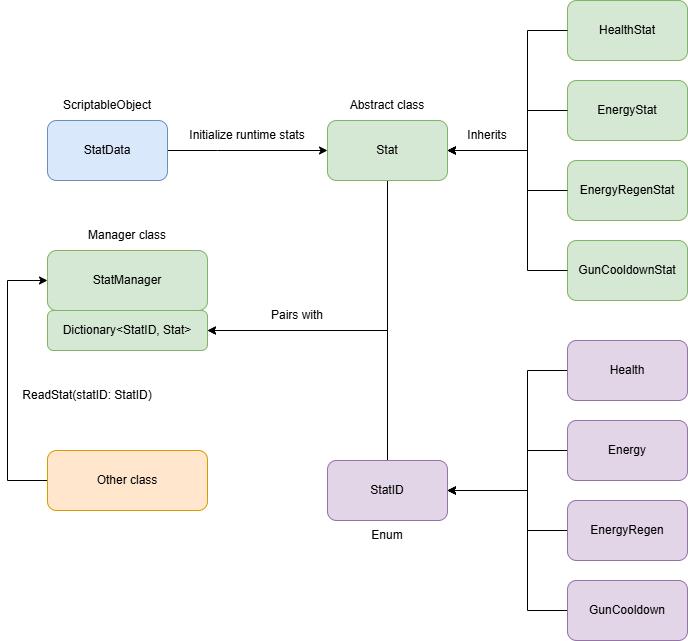
YongKang03/tower-defense-template keeps this draw.io diagram as Media/TowerDefenseTemplate_Stat_Architecture.png. Above is the earlier version. Source tidied: cells renumbered, new cells last; positions are measured from the earlier drawing's top-left corner, leaving out a move shared by most shapes. Its diagram source:
```xml
<mxGraphModel>
  <root>
    <mxCell id="0" />
    <mxCell id="1" parent="0" />
    <mxCell id="2" style="edgeStyle=orthogonalEdgeStyle;rounded=0;jettySize=auto;html=1;" parent="1" edge="1" source="3" target="25">
      <mxGeometry relative="1" as="geometry">
        <Array as="points">
          <mxPoint x="380" y="330" />
        </Array>
      </mxGeometry>
    </mxCell>
    <mxCell id="3" value="Stat" style="rounded=1;whiteSpace=wrap;html=1;fillColor=#d5e8d4;strokeColor=#82b366;" parent="1" vertex="1">
      <mxGeometry x="320" y="120" width="120" height="60" as="geometry" />
    </mxCell>
    <mxCell id="4" value="HealthStat" style="rounded=1;whiteSpace=wrap;html=1;fillColor=#d5e8d4;strokeColor=#82b366;" parent="1" vertex="1">
      <mxGeometry x="560" width="120" height="60" as="geometry" />
    </mxCell>
    <mxCell id="5" value="EnergyStat" style="rounded=1;whiteSpace=wrap;html=1;fillColor=#d5e8d4;strokeColor=#82b366;" parent="1" vertex="1">
      <mxGeometry x="560" y="80" width="120" height="60" as="geometry" />
    </mxCell>
    <mxCell id="6" value="EnergyRegenStat" style="rounded=1;whiteSpace=wrap;html=1;fillColor=#d5e8d4;strokeColor=#82b366;" parent="1" vertex="1">
      <mxGeometry x="560" y="160" width="120" height="60" as="geometry" />
    </mxCell>
    <mxCell id="7" value="GunCooldownStat" style="rounded=1;whiteSpace=wrap;html=1;fillColor=#d5e8d4;strokeColor=#82b366;" parent="1" vertex="1">
      <mxGeometry x="560" y="240" width="120" height="60" as="geometry" />
    </mxCell>
    <mxCell id="8" style="edgeStyle=orthogonalEdgeStyle;rounded=0;jettySize=auto;html=1;" parent="1" edge="1" source="9" target="25">
      <mxGeometry relative="1" as="geometry">
        <Array as="points">
          <mxPoint x="380" y="330" />
        </Array>
      </mxGeometry>
    </mxCell>
    <mxCell id="9" value="StatID" style="rounded=1;whiteSpace=wrap;html=1;fillColor=#e1d5e7;strokeColor=#9673a6;" parent="1" vertex="1">
      <mxGeometry x="320" y="460" width="120" height="60" as="geometry" />
    </mxCell>
    <mxCell id="10" value="StatManager" style="rounded=1;whiteSpace=wrap;html=1;fillColor=#d5e8d4;strokeColor=#82b366;" parent="1" vertex="1">
      <mxGeometry x="40" y="250" width="160" height="60" as="geometry" />
    </mxCell>
    <mxCell id="11" style="edgeStyle=orthogonalEdgeStyle;rounded=0;jettySize=auto;html=1;" parent="1" edge="1" source="12" target="3">
      <mxGeometry relative="1" as="geometry">
        <Array as="points">
          <mxPoint x="210" y="150" />
          <mxPoint x="210" y="150" />
        </Array>
      </mxGeometry>
    </mxCell>
    <mxCell id="12" value="StatData" style="rounded=1;whiteSpace=wrap;html=1;fillColor=#dae8fc;strokeColor=#6c8ebf;" parent="1" vertex="1">
      <mxGeometry x="40" y="120" width="120" height="60" as="geometry" />
    </mxCell>
    <mxCell id="13" style="edgeStyle=orthogonalEdgeStyle;rounded=0;jettySize=auto;html=1;" parent="1" edge="1" source="14" target="9">
      <mxGeometry relative="1" as="geometry">
        <Array as="points">
          <mxPoint x="520" y="370" />
          <mxPoint x="520" y="490" />
        </Array>
      </mxGeometry>
    </mxCell>
    <mxCell id="14" value="Health" style="rounded=1;whiteSpace=wrap;html=1;fillColor=#e1d5e7;strokeColor=#9673a6;" parent="1" vertex="1">
      <mxGeometry x="560" y="340" width="120" height="60" as="geometry" />
    </mxCell>
    <mxCell id="15" style="edgeStyle=orthogonalEdgeStyle;rounded=0;jettySize=auto;html=1;" parent="1" edge="1" source="16" target="9">
      <mxGeometry relative="1" as="geometry">
        <Array as="points">
          <mxPoint x="520" y="450" />
          <mxPoint x="520" y="490" />
        </Array>
      </mxGeometry>
    </mxCell>
    <mxCell id="16" value="Energy" style="rounded=1;whiteSpace=wrap;html=1;fillColor=#e1d5e7;strokeColor=#9673a6;" parent="1" vertex="1">
      <mxGeometry x="560" y="420" width="120" height="60" as="geometry" />
    </mxCell>
    <mxCell id="17" style="edgeStyle=orthogonalEdgeStyle;rounded=0;jettySize=auto;html=1;" parent="1" edge="1" source="18" target="9">
      <mxGeometry relative="1" as="geometry">
        <Array as="points">
          <mxPoint x="520" y="530" />
          <mxPoint x="520" y="490" />
        </Array>
      </mxGeometry>
    </mxCell>
    <mxCell id="18" value="EnergyRegen" style="rounded=1;whiteSpace=wrap;html=1;fillColor=#e1d5e7;strokeColor=#9673a6;" parent="1" vertex="1">
      <mxGeometry x="560" y="500" width="120" height="60" as="geometry" />
    </mxCell>
    <mxCell id="19" style="edgeStyle=orthogonalEdgeStyle;rounded=0;jettySize=auto;html=1;" parent="1" edge="1" source="20" target="9">
      <mxGeometry relative="1" as="geometry">
        <Array as="points">
          <mxPoint x="520" y="610" />
          <mxPoint x="520" y="490" />
        </Array>
      </mxGeometry>
    </mxCell>
    <mxCell id="20" value="GunCooldown" style="rounded=1;whiteSpace=wrap;html=1;fillColor=#e1d5e7;strokeColor=#9673a6;" parent="1" vertex="1">
      <mxGeometry x="560" y="580" width="120" height="60" as="geometry" />
    </mxCell>
    <mxCell id="21" style="edgeStyle=orthogonalEdgeStyle;rounded=0;jettySize=auto;html=1;" parent="1" edge="1" source="7" target="3">
      <mxGeometry relative="1" as="geometry">
        <Array as="points">
          <mxPoint x="520" y="270" />
          <mxPoint x="520" y="150" />
        </Array>
      </mxGeometry>
    </mxCell>
    <mxCell id="22" style="edgeStyle=orthogonalEdgeStyle;rounded=0;jettySize=auto;html=1;" parent="1" edge="1" source="6" target="3">
      <mxGeometry relative="1" as="geometry">
        <Array as="points">
          <mxPoint x="520" y="190" />
          <mxPoint x="520" y="150" />
        </Array>
      </mxGeometry>
    </mxCell>
    <mxCell id="23" style="edgeStyle=orthogonalEdgeStyle;rounded=0;jettySize=auto;html=1;" parent="1" edge="1" source="5" target="3">
      <mxGeometry relative="1" as="geometry">
        <Array as="points">
          <mxPoint x="520" y="110" />
          <mxPoint x="520" y="150" />
        </Array>
      </mxGeometry>
    </mxCell>
    <mxCell id="24" style="edgeStyle=orthogonalEdgeStyle;rounded=0;jettySize=auto;html=1;" parent="1" edge="1" source="4" target="3">
      <mxGeometry relative="1" as="geometry">
        <Array as="points">
          <mxPoint x="520" y="30" />
          <mxPoint x="520" y="150" />
        </Array>
      </mxGeometry>
    </mxCell>
    <mxCell id="25" value="Dictionary&amp;lt;StatID, Stat&amp;gt;" style="rounded=1;whiteSpace=wrap;html=1;fillColor=#d5e8d4;strokeColor=#82b366;" parent="1" vertex="1">
      <mxGeometry x="40" y="310" width="160" height="40" as="geometry" />
    </mxCell>
    <mxCell id="26" value="Inherits" style="text;html=1;whiteSpace=wrap;strokeColor=none;fillColor=none;align=center;verticalAlign=middle;rounded=0;" parent="1" vertex="1">
      <mxGeometry x="450" y="120" width="60" height="30" as="geometry" />
    </mxCell>
    <mxCell id="27" value="Manager class" style="text;html=1;whiteSpace=wrap;strokeColor=none;fillColor=none;align=center;verticalAlign=middle;rounded=0;" parent="1" vertex="1">
      <mxGeometry x="60" y="220" width="120" height="30" as="geometry" />
    </mxCell>
    <mxCell id="28" value="Enum" style="text;html=1;whiteSpace=wrap;strokeColor=none;fillColor=none;align=center;verticalAlign=middle;rounded=0;" parent="1" vertex="1">
      <mxGeometry x="350" y="520" width="60" height="30" as="geometry" />
    </mxCell>
    <mxCell id="29" value="ScriptableObject" style="text;html=1;whiteSpace=wrap;strokeColor=none;fillColor=none;align=center;verticalAlign=middle;rounded=0;" parent="1" vertex="1">
      <mxGeometry x="40" y="90" width="120" height="30" as="geometry" />
    </mxCell>
    <mxCell id="30" value="Abstract class" style="text;html=1;whiteSpace=wrap;strokeColor=none;fillColor=none;align=center;verticalAlign=middle;rounded=0;" parent="1" vertex="1">
      <mxGeometry x="330" y="90" width="100" height="30" as="geometry" />
    </mxCell>
    <mxCell id="31" value="Initialize runtime stats" style="text;html=1;whiteSpace=wrap;strokeColor=none;fillColor=none;align=center;verticalAlign=middle;rounded=0;" parent="1" vertex="1">
      <mxGeometry x="170" y="120" width="140" height="30" as="geometry" />
    </mxCell>
    <mxCell id="32" style="edgeStyle=orthogonalEdgeStyle;rounded=0;jettySize=auto;html=1;" parent="1" edge="1" source="33" target="10">
      <mxGeometry relative="1" as="geometry">
        <Array as="points">
          <mxPoint y="480" />
          <mxPoint y="280" />
        </Array>
      </mxGeometry>
    </mxCell>
    <mxCell id="33" value="Other class" style="rounded=1;whiteSpace=wrap;html=1;fillColor=#ffe6cc;strokeColor=#d79b00;" parent="1" vertex="1">
      <mxGeometry x="40" y="450" width="160" height="60" as="geometry" />
    </mxCell>
    <mxCell id="34" value="Pairs with" style="text;html=1;whiteSpace=wrap;strokeColor=none;fillColor=none;align=center;verticalAlign=middle;rounded=0;" parent="1" vertex="1">
      <mxGeometry x="260" y="300" width="60" height="30" as="geometry" />
    </mxCell>
    <mxCell id="35" value="ReadStat(statID: StatID)" style="text;html=1;whiteSpace=wrap;strokeColor=none;fillColor=none;align=center;verticalAlign=middle;rounded=0;" parent="1" vertex="1">
      <mxGeometry y="380" width="160" height="30" as="geometry" />
    </mxCell>
  </root>
</mxGraphModel>
```
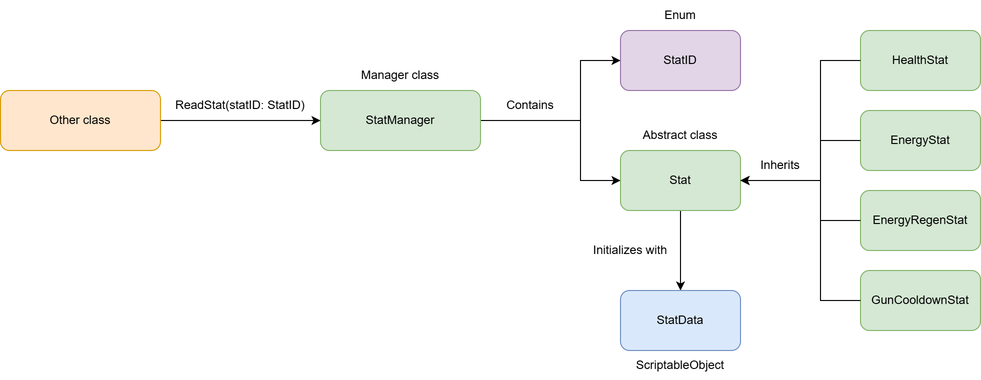
After the commit.

What changed in the source:
```diff
@@ -2,165 +2,114 @@
   <root>
     <mxCell id="0" />
     <mxCell id="1" parent="0" />
-    <mxCell id="2" style="edgeStyle=orthogonalEdgeStyle;rounded=0;jettySize=auto;html=1;" parent="1" edge="1" source="3" target="25">
-      <mxGeometry relative="1" as="geometry">
-        <Array as="points">
-          <mxPoint x="380" y="330" />
-        </Array>
-      </mxGeometry>
-    </mxCell>
+    <mxCell id="36" style="edgeStyle=orthogonalEdgeStyle;rounded=0;jettySize=auto;html=1;" parent="1" edge="1" source="3" target="12">
+      <mxGeometry relative="1" as="geometry" />
+    </mxCell>
     <mxCell id="3" value="Stat" style="rounded=1;whiteSpace=wrap;html=1;fillColor=#d5e8d4;strokeColor=#82b366;" parent="1" vertex="1">
-      <mxGeometry x="320" y="120" width="120" height="60" as="geometry" />
+      <mxGeometry x="800" y="490" width="120" height="60" as="geometry" />
     </mxCell>
     <mxCell id="4" value="HealthStat" style="rounded=1;whiteSpace=wrap;html=1;fillColor=#d5e8d4;strokeColor=#82b366;" parent="1" vertex="1">
-      <mxGeometry x="560" width="120" height="60" as="geometry" />
+      <mxGeometry x="1040" y="370" width="120" height="60" as="geometry" />
     </mxCell>
     <mxCell id="5" value="EnergyStat" style="rounded=1;whiteSpace=wrap;html=1;fillColor=#d5e8d4;strokeColor=#82b366;" parent="1" vertex="1">
-      <mxGeometry x="560" y="80" width="120" height="60" as="geometry" />
+      <mxGeometry x="1040" y="450" width="120" height="60" as="geometry" />
     </mxCell>
     <mxCell id="6" value="EnergyRegenStat" style="rounded=1;whiteSpace=wrap;html=1;fillColor=#d5e8d4;strokeColor=#82b366;" parent="1" vertex="1">
-      <mxGeometry x="560" y="160" width="120" height="60" as="geometry" />
+      <mxGeometry x="1040" y="530" width="120" height="60" as="geometry" />
     </mxCell>
     <mxCell id="7" value="GunCooldownStat" style="rounded=1;whiteSpace=wrap;html=1;fillColor=#d5e8d4;strokeColor=#82b366;" parent="1" vertex="1">
-      <mxGeometry x="560" y="240" width="120" height="60" as="geometry" />
+      <mxGeometry x="1040" y="610" width="120" height="60" as="geometry" />
     </mxCell>
-    <mxCell id="8" style="edgeStyle=orthogonalEdgeStyle;rounded=0;jettySize=auto;html=1;" parent="1" edge="1" source="9" target="25">
-      <mxGeometry relative="1" as="geometry">
-        <Array as="points">
-          <mxPoint x="380" y="330" />
-        </Array>
-      </mxGeometry>
-    </mxCell>
     <mxCell id="9" value="StatID" style="rounded=1;whiteSpace=wrap;html=1;fillColor=#e1d5e7;strokeColor=#9673a6;" parent="1" vertex="1">
-      <mxGeometry x="320" y="460" width="120" height="60" as="geometry" />
+      <mxGeometry x="800" y="370" width="120" height="60" as="geometry" />
     </mxCell>
+    <mxCell id="37" style="edgeStyle=orthogonalEdgeStyle;rounded=0;jettySize=auto;html=1;" parent="1" edge="1" source="10" target="9">
+      <mxGeometry relative="1" as="geometry">
+        <Array as="points">
+          <mxPoint x="760" y="460" />
+          <mxPoint x="760" y="400" />
+        </Array>
+      </mxGeometry>
+    </mxCell>
+    <mxCell id="38" style="edgeStyle=orthogonalEdgeStyle;rounded=0;jettySize=auto;html=1;" parent="1" edge="1" source="10" target="3">
+      <mxGeometry relative="1" as="geometry">
+        <Array as="points">
+          <mxPoint x="760" y="460" />
+          <mxPoint x="760" y="520" />
+        </Array>
+      </mxGeometry>
+    </mxCell>
     <mxCell id="10" value="StatManager" style="rounded=1;whiteSpace=wrap;html=1;fillColor=#d5e8d4;strokeColor=#82b366;" parent="1" vertex="1">
-      <mxGeometry x="40" y="250" width="160" height="60" as="geometry" />
+      <mxGeometry x="500" y="430" width="160" height="60" as="geometry" />
     </mxCell>
-    <mxCell id="11" style="edgeStyle=orthogonalEdgeStyle;rounded=0;jettySize=auto;html=1;" parent="1" edge="1" source="12" target="3">
-      <mxGeometry relative="1" as="geometry">
-        <Array as="points">
-          <mxPoint x="210" y="150" />
-          <mxPoint x="210" y="150" />
-        </Array>
-      </mxGeometry>
-    </mxCell>
     <mxCell id="12" value="StatData" style="rounded=1;whiteSpace=wrap;html=1;fillColor=#dae8fc;strokeColor=#6c8ebf;" parent="1" vertex="1">
-      <mxGeometry x="40" y="120" width="120" height="60" as="geometry" />
+      <mxGeometry x="800" y="630" width="120" height="60" as="geometry" />
     </mxCell>
-    <mxCell id="13" style="edgeStyle=orthogonalEdgeStyle;rounded=0;jettySize=auto;html=1;" parent="1" edge="1" source="14" target="9">
-      <mxGeometry relative="1" as="geometry">
-        <Array as="points">
-          <mxPoint x="520" y="370" />
-          <mxPoint x="520" y="490" />
-        </Array>
-      </mxGeometry>
-    </mxCell>
-    <mxCell id="14" value="Health" style="rounded=1;whiteSpace=wrap;html=1;fillColor=#e1d5e7;strokeColor=#9673a6;" parent="1" vertex="1">
-      <mxGeometry x="560" y="340" width="120" height="60" as="geometry" />
-    </mxCell>
-    <mxCell id="15" style="edgeStyle=orthogonalEdgeStyle;rounded=0;jettySize=auto;html=1;" parent="1" edge="1" source="16" target="9">
-      <mxGeometry relative="1" as="geometry">
-        <Array as="points">
-          <mxPoint x="520" y="450" />
-          <mxPoint x="520" y="490" />
-        </Array>
-      </mxGeometry>
-    </mxCell>
-    <mxCell id="16" value="Energy" style="rounded=1;whiteSpace=wrap;html=1;fillColor=#e1d5e7;strokeColor=#9673a6;" parent="1" vertex="1">
-      <mxGeometry x="560" y="420" width="120" height="60" as="geometry" />
-    </mxCell>
-    <mxCell id="17" style="edgeStyle=orthogonalEdgeStyle;rounded=0;jettySize=auto;html=1;" parent="1" edge="1" source="18" target="9">
-      <mxGeometry relative="1" as="geometry">
-        <Array as="points">
-          <mxPoint x="520" y="530" />
-          <mxPoint x="520" y="490" />
-        </Array>
-      </mxGeometry>
-    </mxCell>
-    <mxCell id="18" value="EnergyRegen" style="rounded=1;whiteSpace=wrap;html=1;fillColor=#e1d5e7;strokeColor=#9673a6;" parent="1" vertex="1">
-      <mxGeometry x="560" y="500" width="120" height="60" as="geometry" />
-    </mxCell>
-    <mxCell id="19" style="edgeStyle=orthogonalEdgeStyle;rounded=0;jettySize=auto;html=1;" parent="1" edge="1" source="20" target="9">
-      <mxGeometry relative="1" as="geometry">
-        <Array as="points">
-          <mxPoint x="520" y="610" />
-          <mxPoint x="520" y="490" />
-        </Array>
-      </mxGeometry>
-    </mxCell>
-    <mxCell id="20" value="GunCooldown" style="rounded=1;whiteSpace=wrap;html=1;fillColor=#e1d5e7;strokeColor=#9673a6;" parent="1" vertex="1">
-      <mxGeometry x="560" y="580" width="120" height="60" as="geometry" />
-    </mxCell>
     <mxCell id="21" style="edgeStyle=orthogonalEdgeStyle;rounded=0;jettySize=auto;html=1;" parent="1" edge="1" source="7" target="3">
       <mxGeometry relative="1" as="geometry">
         <Array as="points">
-          <mxPoint x="520" y="270" />
-          <mxPoint x="520" y="150" />
+          <mxPoint x="1000" y="640" />
+          <mxPoint x="1000" y="520" />
         </Array>
       </mxGeometry>
     </mxCell>
     <mxCell id="22" style="edgeStyle=orthogonalEdgeStyle;rounded=0;jettySize=auto;html=1;" parent="1" edge="1" source="6" target="3">
       <mxGeometry relative="1" as="geometry">
         <Array as="points">
-          <mxPoint x="520" y="190" />
-          <mxPoint x="520" y="150" />
+          <mxPoint x="1000" y="560" />
+          <mxPoint x="1000" y="520" />
         </Array>
       </mxGeometry>
     </mxCell>
     <mxCell id="23" style="edgeStyle=orthogonalEdgeStyle;rounded=0;jettySize=auto;html=1;" parent="1" edge="1" source="5" target="3">
       <mxGeometry relative="1" as="geometry">
         <Array as="points">
-          <mxPoint x="520" y="110" />
-          <mxPoint x="520" y="150" />
+          <mxPoint x="1000" y="480" />
+          <mxPoint x="1000" y="520" />
         </Array>
       </mxGeometry>
     </mxCell>
     <mxCell id="24" style="edgeStyle=orthogonalEdgeStyle;rounded=0;jettySize=auto;html=1;" parent="1" edge="1" source="4" target="3">
       <mxGeometry relative="1" as="geometry">
         <Array as="points">
-          <mxPoint x="520" y="30" />
-          <mxPoint x="520" y="150" />
+          <mxPoint x="1000" y="400" />
+          <mxPoint x="1000" y="520" />
         </Array>
       </mxGeometry>
     </mxCell>
-    <mxCell id="25" value="Dictionary&amp;lt;StatID, Stat&amp;gt;" style="rounded=1;whiteSpace=wrap;html=1;fillColor=#d5e8d4;strokeColor=#82b366;" parent="1" vertex="1">
-      <mxGeometry x="40" y="310" width="160" height="40" as="geometry" />
-    </mxCell>
     <mxCell id="26" value="Inherits" style="text;html=1;whiteSpace=wrap;strokeColor=none;fillColor=none;align=center;verticalAlign=middle;rounded=0;" parent="1" vertex="1">
-      <mxGeometry x="450" y="120" width="60" height="30" as="geometry" />
+      <mxGeometry x="930" y="490" width="60" height="30" as="geometry" />
     </mxCell>
     <mxCell id="27" value="Manager class" style="text;html=1;whiteSpace=wrap;strokeColor=none;fillColor=none;align=center;verticalAlign=middle;rounded=0;" parent="1" vertex="1">
-      <mxGeometry x="60" y="220" width="120" height="30" as="geometry" />
+      <mxGeometry x="520" y="400" width="120" height="30" as="geometry" />
     </mxCell>
     <mxCell id="28" value="Enum" style="text;html=1;whiteSpace=wrap;strokeColor=none;fillColor=none;align=center;verticalAlign=middle;rounded=0;" parent="1" vertex="1">
-      <mxGeometry x="350" y="520" width="60" height="30" as="geometry" />
+      <mxGeometry x="830" y="340" width="60" height="30" as="geometry" />
     </mxCell>
     <mxCell id="29" value="ScriptableObject" style="text;html=1;whiteSpace=wrap;strokeColor=none;fillColor=none;align=center;verticalAlign=middle;rounded=0;" parent="1" vertex="1">
-      <mxGeometry x="40" y="90" width="120" height="30" as="geometry" />
+      <mxGeometry x="800" y="690" width="120" height="30" as="geometry" />
     </mxCell>
     <mxCell id="30" value="Abstract class" style="text;html=1;whiteSpace=wrap;strokeColor=none;fillColor=none;align=center;verticalAlign=middle;rounded=0;" parent="1" vertex="1">
-      <mxGeometry x="330" y="90" width="100" height="30" as="geometry" />
+      <mxGeometry x="810" y="460" width="100" height="30" as="geometry" />
     </mxCell>
-    <mxCell id="31" value="Initialize runtime stats" style="text;html=1;whiteSpace=wrap;strokeColor=none;fillColor=none;align=center;verticalAlign=middle;rounded=0;" parent="1" vertex="1">
-      <mxGeometry x="170" y="120" width="140" height="30" as="geometry" />
-    </mxCell>
     <mxCell id="32" style="edgeStyle=orthogonalEdgeStyle;rounded=0;jettySize=auto;html=1;" parent="1" edge="1" source="33" target="10">
       <mxGeometry relative="1" as="geometry">
         <Array as="points">
-          <mxPoint y="480" />
-          <mxPoint y="280" />
+          <mxPoint x="580" y="430" />
         </Array>
       </mxGeometry>
     </mxCell>
     <mxCell id="33" value="Other class" style="rounded=1;whiteSpace=wrap;html=1;fillColor=#ffe6cc;strokeColor=#d79b00;" parent="1" vertex="1">
-      <mxGeometry x="40" y="450" width="160" height="60" as="geometry" />
+      <mxGeometry x="180" y="430" width="160" height="60" as="geometry" />
     </mxCell>
-    <mxCell id="34" value="Pairs with" style="text;html=1;whiteSpace=wrap;strokeColor=none;fillColor=none;align=center;verticalAlign=middle;rounded=0;" parent="1" vertex="1">
-      <mxGeometry x="260" y="300" width="60" height="30" as="geometry" />
-    </mxCell>
     <mxCell id="35" value="ReadStat(statID: StatID)" style="text;html=1;whiteSpace=wrap;strokeColor=none;fillColor=none;align=center;verticalAlign=middle;rounded=0;" parent="1" vertex="1">
-      <mxGeometry y="380" width="160" height="30" as="geometry" />
+      <mxGeometry x="350" y="430" width="140" height="30" as="geometry" />
     </mxCell>
+    <mxCell id="39" value="Contains" style="text;html=1;whiteSpace=wrap;strokeColor=none;fillColor=none;align=center;verticalAlign=middle;rounded=0;" parent="1" vertex="1">
+      <mxGeometry x="660" y="430" width="100" height="30" as="geometry" />
+    </mxCell>
+    <mxCell id="40" value="Initializes with" style="text;html=1;whiteSpace=wrap;strokeColor=none;fillColor=none;align=center;verticalAlign=middle;rounded=0;" parent="1" vertex="1">
+      <mxGeometry x="760" y="580" width="100" height="20" as="geometry" />
+    </mxCell>
   </root>
 </mxGraphModel>
```
